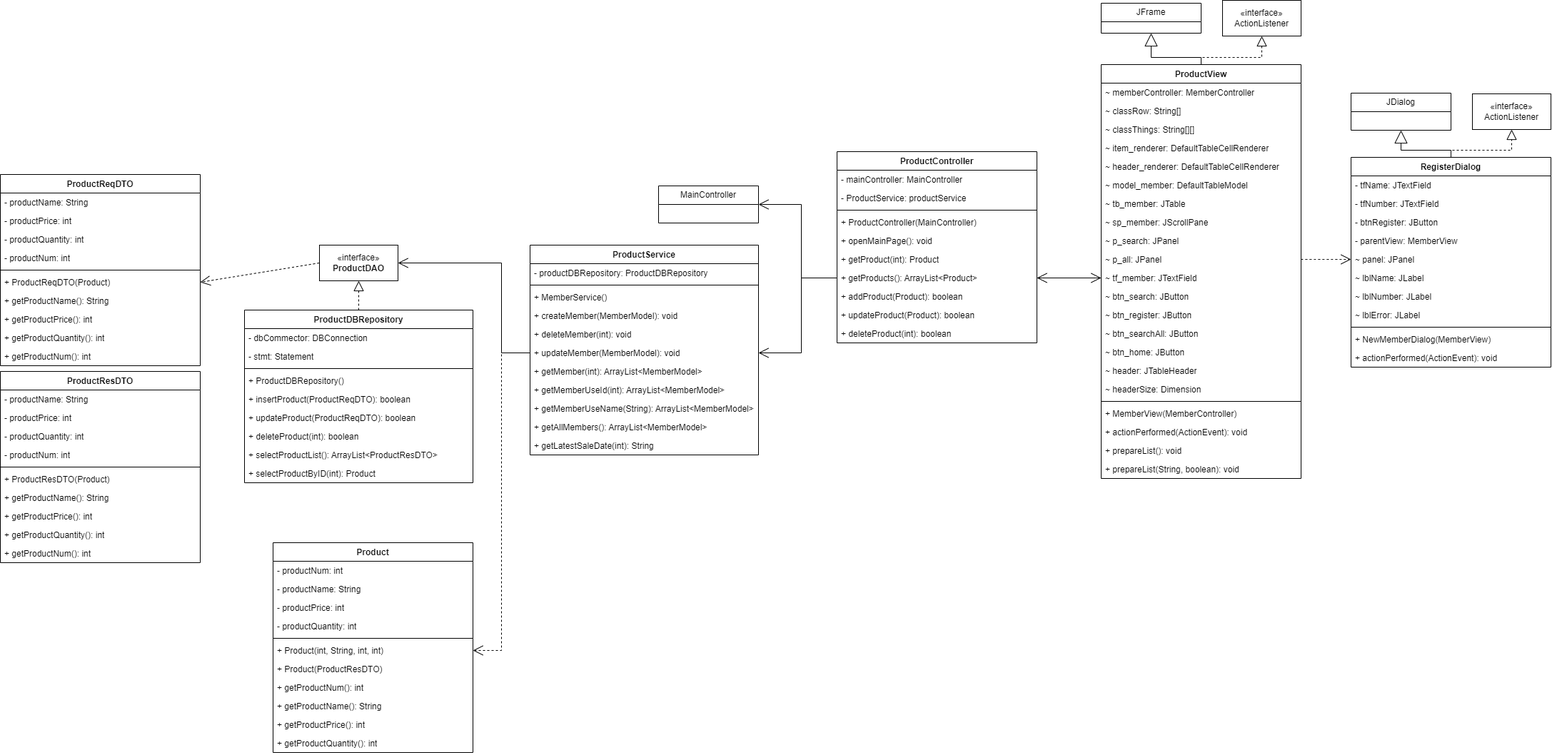
P-POS/PPOS keeps this draw.io diagram as diagram/Product.drawio.png. Above is the earlier version. Source tidied: cells renumbered, new cells last; positions are measured from the earlier drawing's top-left corner, leaving out a move shared by most shapes.
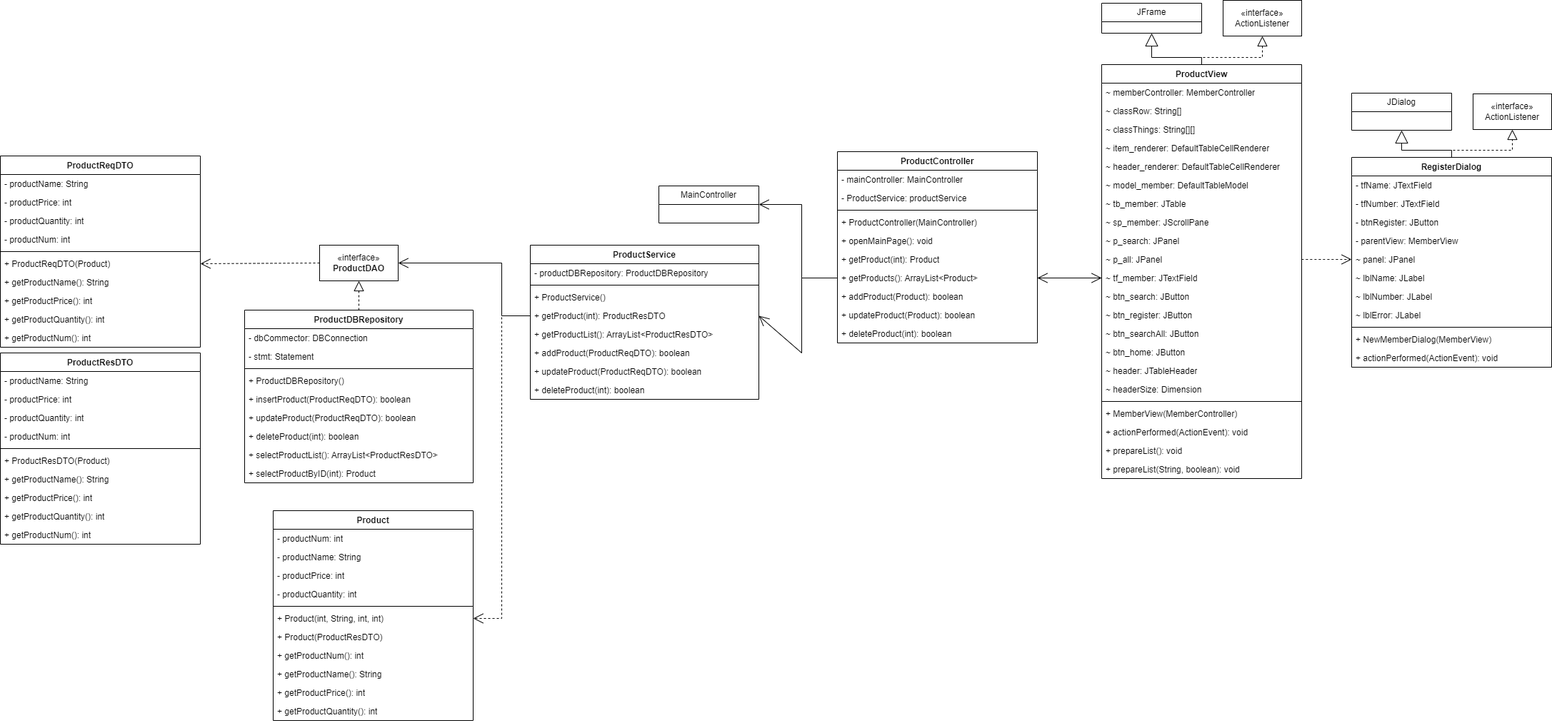
After the commit.

What changed in the source:
```diff
@@ -36,7 +36,7 @@
       <mxGeometry y="242" width="280" height="26" as="geometry" />
     </mxCell>
     <mxCell id="13" value="&lt;span style=&quot;text-wrap: nowrap;&quot;&gt;ProductService&lt;/span&gt;" style="swimlane;fontStyle=1;align=center;verticalAlign=top;horizontal=1;startSize=26;whiteSpace=wrap;html=1;" parent="1" vertex="1">
-      <mxGeometry x="742" y="343" width="320" height="294" as="geometry" />
+      <mxGeometry x="742" y="343" width="320" height="216" as="geometry" />
     </mxCell>
     <mxCell id="14" value="&lt;span style=&quot;text-wrap: nowrap;&quot;&gt;- productDBRepository:&amp;nbsp;ProductDBRepository&lt;/span&gt;" style="text;strokeColor=none;fillColor=none;align=left;verticalAlign=top;spacingLeft=4;spacingRight=4;overflow=hidden;whiteSpace=wrap;html=1;" parent="13" vertex="1">
       <mxGeometry y="26" width="320" height="26" as="geometry" />
@@ -44,33 +44,24 @@
     <mxCell id="15" style="line;strokeWidth=1;fillColor=none;align=left;verticalAlign=middle;spacingTop=-1;spacingLeft=3;spacingRight=3;labelPosition=right;strokeColor=inherit;" parent="13" vertex="1">
       <mxGeometry y="52" width="320" height="8" as="geometry" />
     </mxCell>
-    <mxCell id="16" value="+ MemberService()" style="text;strokeColor=none;fillColor=none;align=left;verticalAlign=top;spacingLeft=4;spacingRight=4;overflow=hidden;whiteSpace=wrap;html=1;" parent="13" vertex="1">
+    <mxCell id="16" value="+ ProductService()" style="text;strokeColor=none;fillColor=none;align=left;verticalAlign=top;spacingLeft=4;spacingRight=4;overflow=hidden;whiteSpace=wrap;html=1;" parent="13" vertex="1">
       <mxGeometry y="60" width="320" height="26" as="geometry" />
     </mxCell>
-    <mxCell id="17" value="+ createMember(MemberModel): void" style="text;strokeColor=none;fillColor=none;align=left;verticalAlign=top;spacingLeft=4;spacingRight=4;overflow=hidden;whiteSpace=wrap;html=1;" parent="13" vertex="1">
-      <mxGeometry y="86" width="320" height="26" as="geometry" />
-    </mxCell>
-    <mxCell id="18" value="+ deleteMember(int): void" style="text;strokeColor=none;fillColor=none;align=left;verticalAlign=top;spacingLeft=4;spacingRight=4;overflow=hidden;whiteSpace=wrap;html=1;" parent="13" vertex="1">
-      <mxGeometry y="112" width="320" height="26" as="geometry" />
-    </mxCell>
-    <mxCell id="19" value="+ updateMember(MemberModel): void" style="text;strokeColor=none;fillColor=none;align=left;verticalAlign=top;spacingLeft=4;spacingRight=4;overflow=hidden;points=[[0,0.5],[1,0.5]];portConstraint=eastwest;whiteSpace=wrap;html=1;" parent="13" vertex="1">
-      <mxGeometry y="138" width="320" height="26" as="geometry" />
-    </mxCell>
-    <mxCell id="20" value="+ getMember(int): ArrayList&amp;lt;MemberModel&amp;gt;" style="text;strokeColor=none;fillColor=none;align=left;verticalAlign=top;spacingLeft=4;spacingRight=4;overflow=hidden;whiteSpace=wrap;html=1;" parent="13" vertex="1">
-      <mxGeometry y="164" width="320" height="26" as="geometry" />
-    </mxCell>
-    <mxCell id="21" value="+ getMemberUseId(int): ArrayList&amp;lt;MemberModel&amp;gt;" style="text;strokeColor=none;fillColor=none;align=left;verticalAlign=top;spacingLeft=4;spacingRight=4;overflow=hidden;whiteSpace=wrap;html=1;" parent="13" vertex="1">
-      <mxGeometry y="190" width="320" height="26" as="geometry" />
-    </mxCell>
-    <mxCell id="22" value="+ getMemberUseName(String): ArrayList&amp;lt;MemberModel&amp;gt;" style="text;strokeColor=none;fillColor=none;align=left;verticalAlign=top;spacingLeft=4;spacingRight=4;overflow=hidden;whiteSpace=wrap;html=1;" parent="13" vertex="1">
-      <mxGeometry y="216" width="320" height="26" as="geometry" />
-    </mxCell>
-    <mxCell id="23" value="+ getAllMembers(): ArrayList&amp;lt;MemberModel&amp;gt;" style="text;strokeColor=none;fillColor=none;align=left;verticalAlign=top;spacingLeft=4;spacingRight=4;overflow=hidden;whiteSpace=wrap;html=1;" parent="13" vertex="1">
-      <mxGeometry y="242" width="320" height="26" as="geometry" />
-    </mxCell>
-    <mxCell id="24" value="+ getLatestSaleDate(int): String" style="text;strokeColor=none;fillColor=none;align=left;verticalAlign=top;spacingLeft=4;spacingRight=4;overflow=hidden;whiteSpace=wrap;html=1;" parent="13" vertex="1">
-      <mxGeometry y="268" width="320" height="26" as="geometry" />
-    </mxCell>
+    <mxCell id="123" value="+ getProduct(int):&amp;nbsp;ProductResDTO" style="text;strokeColor=none;fillColor=none;align=left;verticalAlign=top;spacingLeft=4;spacingRight=4;overflow=hidden;whiteSpace=wrap;html=1;" parent="13" vertex="1">
+      <mxGeometry y="86" width="320" height="26" as="geometry" />
+    </mxCell>
+    <mxCell id="124" value="+ getProductList():&amp;nbsp;ArrayList&amp;lt;ProductResDTO&amp;gt;" style="text;strokeColor=none;fillColor=none;align=left;verticalAlign=top;spacingLeft=4;spacingRight=4;overflow=hidden;whiteSpace=wrap;html=1;" parent="13" vertex="1">
+      <mxGeometry y="112" width="320" height="26" as="geometry" />
+    </mxCell>
+    <mxCell id="125" value="+ addProduct(ProductReqDTO):&amp;nbsp;boolean" style="text;strokeColor=none;fillColor=none;align=left;verticalAlign=top;spacingLeft=4;spacingRight=4;overflow=hidden;whiteSpace=wrap;html=1;" parent="13" vertex="1">
+      <mxGeometry y="138" width="320" height="26" as="geometry" />
+    </mxCell>
+    <mxCell id="126" value="+ updateProduct(ProductReqDTO):&amp;nbsp;boolean" style="text;strokeColor=none;fillColor=none;align=left;verticalAlign=top;spacingLeft=4;spacingRight=4;overflow=hidden;whiteSpace=wrap;html=1;" parent="13" vertex="1">
+      <mxGeometry y="164" width="320" height="26" as="geometry" />
+    </mxCell>
+    <mxCell id="127" value="+ deleteProduct(int):&amp;nbsp;boolean" style="text;strokeColor=none;fillColor=none;align=left;verticalAlign=top;spacingLeft=4;spacingRight=4;overflow=hidden;whiteSpace=wrap;html=1;" parent="13" vertex="1">
+      <mxGeometry y="190" width="320" height="26" as="geometry" />
+    </mxCell>
     <mxCell id="25" value="&lt;span style=&quot;text-wrap: nowrap;&quot;&gt;ProductView&lt;/span&gt;" style="swimlane;fontStyle=1;align=center;verticalAlign=top;horizontal=1;startSize=26;whiteSpace=wrap;html=1;" parent="1" vertex="1">
       <mxGeometry x="1542" y="90" width="280" height="580" as="geometry" />
     </mxCell>
@@ -231,8 +222,9 @@
         </Array>
       </mxGeometry>
     </mxCell>
-    <mxCell id="70" style="endArrow=open;endFill=1;endSize=12;html=1;rounded=0;exitX=0;exitY=0.5;exitDx=0;exitDy=0;entryX=1;entryY=0.5;entryDx=0;entryDy=0;" parent="1" edge="1" source="9" target="19">
+    <mxCell id="70" style="endArrow=open;endFill=1;endSize=12;html=1;rounded=0;exitX=0;exitY=0.5;exitDx=0;exitDy=0;entryX=1;entryY=0.5;entryDx=0;entryDy=0;" parent="1" edge="1" source="9">
       <mxGeometry relative="1" as="geometry">
+        <mxPoint x="1062" y="442" as="targetPoint" />
         <Array as="points">
           <mxPoint x="1122" y="389" />
           <mxPoint x="1122" y="494" />
@@ -246,7 +238,7 @@
       <mxGeometry x="447" y="343" width="110" height="50" as="geometry" />
     </mxCell>
     <mxCell id="73" value="&lt;span style=&quot;text-wrap: nowrap;&quot;&gt;ProductReqDTO&lt;/span&gt;" style="swimlane;fontStyle=1;align=center;verticalAlign=top;horizontal=1;startSize=26;whiteSpace=wrap;html=1;" parent="1" vertex="1">
-      <mxGeometry y="244" width="280" height="268" as="geometry" />
+      <mxGeometry y="218" width="280" height="268" as="geometry" />
     </mxCell>
     <mxCell id="74" value="&lt;span style=&quot;text-wrap: nowrap;&quot;&gt;- productName:&amp;nbsp;String&lt;/span&gt;" style="text;strokeColor=none;fillColor=none;align=left;verticalAlign=top;spacingLeft=4;spacingRight=4;overflow=hidden;whiteSpace=wrap;html=1;" parent="73" vertex="1">
       <mxGeometry y="26" width="280" height="26" as="geometry" />
@@ -279,7 +271,7 @@
       <mxGeometry y="242" width="280" height="26" as="geometry" />
     </mxCell>
     <mxCell id="84" value="&lt;span style=&quot;text-wrap: nowrap;&quot;&gt;Product&lt;/span&gt;" style="swimlane;fontStyle=1;align=center;verticalAlign=top;horizontal=1;startSize=26;whiteSpace=wrap;html=1;" parent="1" vertex="1">
-      <mxGeometry x="382" y="760" width="280" height="294" as="geometry" />
+      <mxGeometry x="382" y="715" width="280" height="294" as="geometry" />
     </mxCell>
     <mxCell id="85" value="&lt;span style=&quot;text-wrap: nowrap;&quot;&gt;- productNum: int&lt;/span&gt;" style="text;strokeColor=none;fillColor=none;align=left;verticalAlign=top;spacingLeft=4;spacingRight=4;overflow=hidden;whiteSpace=wrap;html=1;" parent="84" vertex="1">
       <mxGeometry y="26" width="280" height="26" as="geometry" />
@@ -347,21 +339,23 @@
     <mxCell id="106" style="endArrow=block;dashed=1;endFill=0;endSize=12;html=1;rounded=0;exitX=0.5;exitY=0;exitDx=0;exitDy=0;entryX=0.5;entryY=1;entryDx=0;entryDy=0;" parent="1" edge="1" source="96" target="72">
       <mxGeometry relative="1" as="geometry" />
     </mxCell>
-    <mxCell id="107" style="endArrow=open;endSize=12;dashed=1;html=1;rounded=0;exitX=0;exitY=0.5;exitDx=0;exitDy=0;entryX=1;entryY=0.5;entryDx=0;entryDy=0;" parent="1" edge="1" source="19" target="90">
+    <mxCell id="107" style="endArrow=open;endSize=12;dashed=1;html=1;rounded=0;exitX=0;exitY=0.5;exitDx=0;exitDy=0;entryX=1;entryY=0.5;entryDx=0;entryDy=0;" parent="1" edge="1" target="90">
       <mxGeometry relative="1" as="geometry">
+        <mxPoint x="742" y="442" as="sourcePoint" />
         <Array as="points">
-          <mxPoint x="702" y="494" />
-          <mxPoint x="702" y="911" />
+          <mxPoint x="702" y="442" />
+          <mxPoint x="702" y="866" />
         </Array>
       </mxGeometry>
     </mxCell>
     <mxCell id="108" style="endArrow=open;endSize=12;dashed=1;html=1;rounded=0;exitX=0;exitY=0.5;exitDx=0;exitDy=0;entryX=1;entryY=0.5;entryDx=0;entryDy=0;" parent="1" edge="1" source="72" target="79">
       <mxGeometry relative="1" as="geometry" />
     </mxCell>
-    <mxCell id="109" style="endArrow=open;endFill=1;endSize=12;html=1;rounded=0;exitX=0;exitY=0.5;exitDx=0;exitDy=0;entryX=1;entryY=0.5;entryDx=0;entryDy=0;" parent="1" edge="1" source="19" target="72">
+    <mxCell id="109" style="endArrow=open;endFill=1;endSize=12;html=1;rounded=0;exitX=0;exitY=0.5;exitDx=0;exitDy=0;entryX=1;entryY=0.5;entryDx=0;entryDy=0;" parent="1" edge="1" target="72">
       <mxGeometry relative="1" as="geometry">
+        <mxPoint x="742" y="442" as="sourcePoint" />
         <Array as="points">
-          <mxPoint x="702" y="494" />
+          <mxPoint x="702" y="442" />
           <mxPoint x="702" y="368" />
         </Array>
       </mxGeometry>
@@ -373,7 +367,7 @@
       <mxGeometry relative="1" as="geometry" />
     </mxCell>
     <mxCell id="112" value="&lt;span style=&quot;text-wrap: nowrap;&quot;&gt;ProductResDTO&lt;/span&gt;" style="swimlane;fontStyle=1;align=center;verticalAlign=top;horizontal=1;startSize=26;whiteSpace=wrap;html=1;" parent="1" vertex="1">
-      <mxGeometry y="520" width="280" height="268" as="geometry" />
+      <mxGeometry y="494" width="280" height="268" as="geometry" />
     </mxCell>
     <mxCell id="113" value="&lt;span style=&quot;text-wrap: nowrap;&quot;&gt;- productName:&amp;nbsp;String&lt;/span&gt;" style="text;strokeColor=none;fillColor=none;align=left;verticalAlign=top;spacingLeft=4;spacingRight=4;overflow=hidden;whiteSpace=wrap;html=1;" parent="112" vertex="1">
       <mxGeometry y="26" width="280" height="26" as="geometry" />
```
